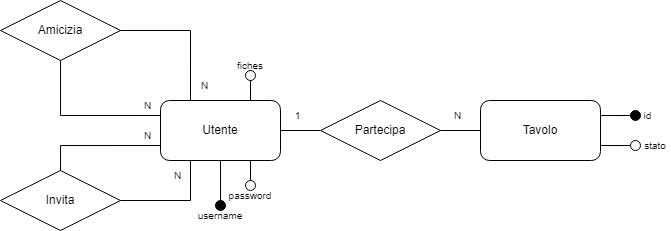
Emaiarkeiou/Poker keeps this draw.io diagram as assets/images/documentazione/diagramma_er.png. Above is the earlier version. Source tidied: cells renumbered, new cells last; positions are measured from the earlier drawing's top-left corner, leaving out a move shared by most shapes.
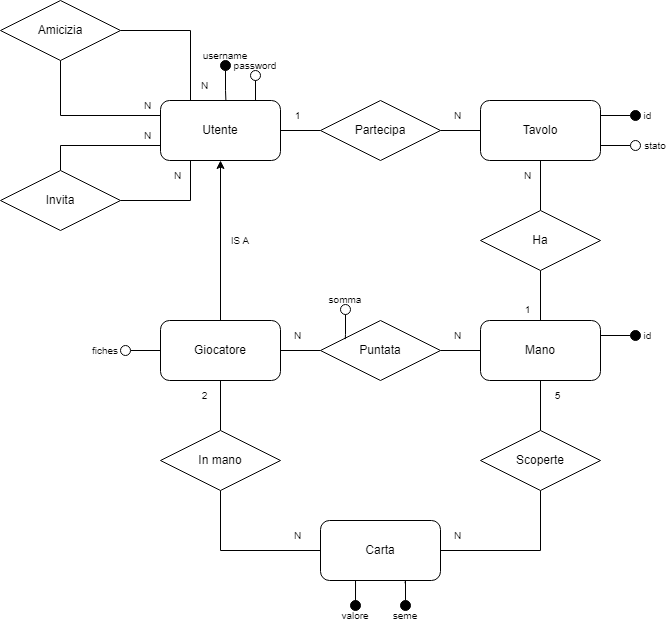
The same file after the commit.

The edit, as a diff of the source:
```diff
@@ -41,23 +41,17 @@
     <mxCell id="14" style="ellipse;whiteSpace=wrap;html=1;fillColor=#000000;" parent="1" vertex="1">
       <mxGeometry x="630" y="110" width="10" height="10" as="geometry" />
     </mxCell>
-    <mxCell id="15" style="edgeStyle=orthogonalEdgeStyle;rounded=0;jettySize=auto;html=1;entryX=0.5;entryY=1;entryDx=0;entryDy=0;endArrow=none;endFill=0;" parent="1" edge="1" source="16" target="5">
-      <mxGeometry relative="1" as="geometry" />
-    </mxCell>
     <mxCell id="16" style="ellipse;whiteSpace=wrap;html=1;gradientColor=none;fillColor=#030303;" parent="1" vertex="1">
-      <mxGeometry x="215" y="200" width="10" height="10" as="geometry" />
+      <mxGeometry x="220" y="60" width="10" height="10" as="geometry" />
     </mxCell>
-    <mxCell id="17" style="edgeStyle=orthogonalEdgeStyle;rounded=0;jettySize=auto;html=1;entryX=0.75;entryY=1;entryDx=0;entryDy=0;endArrow=none;endFill=0;" parent="1" edge="1" source="18" target="5">
-      <mxGeometry relative="1" as="geometry" />
-    </mxCell>
     <mxCell id="18" style="ellipse;whiteSpace=wrap;html=1;" parent="1" vertex="1">
-      <mxGeometry x="245" y="180" width="10" height="10" as="geometry" />
+      <mxGeometry x="250" y="70" width="10" height="10" as="geometry" />
     </mxCell>
     <mxCell id="19" value="&lt;span style=&quot;font-size: 10px;&quot;&gt;username&lt;/span&gt;" style="text;html=1;align=center;verticalAlign=middle;whiteSpace=wrap;rounded=0;" parent="1" vertex="1">
-      <mxGeometry x="190" y="210" width="60" height="10" as="geometry" />
+      <mxGeometry x="195" y="50" width="60" height="10" as="geometry" />
     </mxCell>
     <mxCell id="20" value="&lt;span style=&quot;font-size: 10px;&quot;&gt;password&lt;/span&gt;" style="text;html=1;align=center;verticalAlign=middle;whiteSpace=wrap;rounded=0;" parent="1" vertex="1">
-      <mxGeometry x="220" y="190" width="60" height="10" as="geometry" />
+      <mxGeometry x="225" y="60" width="60" height="10" as="geometry" />
     </mxCell>
     <mxCell id="21" value="&lt;span style=&quot;font-size: 10px;&quot;&gt;id&lt;/span&gt;" style="text;html=1;align=center;verticalAlign=middle;whiteSpace=wrap;rounded=0;" parent="1" vertex="1">
       <mxGeometry x="640" y="110" width="15" height="10" as="geometry" />
@@ -89,14 +83,131 @@
     <mxCell id="30" value="&lt;span style=&quot;font-size: 10px;&quot;&gt;N&lt;/span&gt;" style="text;html=1;align=center;verticalAlign=middle;whiteSpace=wrap;rounded=0;" parent="1" vertex="1">
       <mxGeometry x="197" y="80" width="15" height="10" as="geometry" />
     </mxCell>
-    <mxCell id="31" style="edgeStyle=orthogonalEdgeStyle;rounded=0;jettySize=auto;html=1;entryX=0.75;entryY=0;entryDx=0;entryDy=0;endArrow=none;endFill=0;" parent="1" edge="1" source="32" target="5">
-      <mxGeometry relative="1" as="geometry" />
-    </mxCell>
-    <mxCell id="32" style="ellipse;whiteSpace=wrap;html=1;" parent="1" vertex="1">
-      <mxGeometry x="245" y="70" width="10" height="10" as="geometry" />
-    </mxCell>
+    <mxCell id="15" style="edgeStyle=orthogonalEdgeStyle;rounded=0;jettySize=auto;html=1;entryX=0.545;entryY=0;entryDx=0;entryDy=0;entryPerimeter=0;endArrow=none;endFill=0;" parent="1" edge="1" source="16" target="5">
+      <mxGeometry relative="1" as="geometry" />
+    </mxCell>
+    <mxCell id="17" style="edgeStyle=orthogonalEdgeStyle;rounded=0;jettySize=auto;html=1;entryX=0.8;entryY=-0.016;entryDx=0;entryDy=0;entryPerimeter=0;endArrow=none;endFill=0;" parent="1" edge="1" source="18" target="5">
+      <mxGeometry relative="1" as="geometry" />
+    </mxCell>
+    <mxCell id="34" value="Mano" style="rounded=1;whiteSpace=wrap;html=1;" parent="1" vertex="1">
+      <mxGeometry x="480" y="320" width="120" height="60" as="geometry" />
+    </mxCell>
+    <mxCell id="35" style="edgeStyle=orthogonalEdgeStyle;rounded=0;jettySize=auto;html=1;entryX=0.5;entryY=1;entryDx=0;entryDy=0;" parent="1" edge="1" source="37" target="5">
+      <mxGeometry relative="1" as="geometry" />
+    </mxCell>
+    <mxCell id="36" style="edgeStyle=orthogonalEdgeStyle;rounded=0;jettySize=auto;html=1;entryX=0;entryY=0.5;entryDx=0;entryDy=0;endArrow=none;endFill=0;" parent="1" edge="1" source="37" target="39">
+      <mxGeometry relative="1" as="geometry" />
+    </mxCell>
+    <mxCell id="37" value="Giocatore" style="rounded=1;whiteSpace=wrap;html=1;" parent="1" vertex="1">
+      <mxGeometry x="160" y="320" width="120" height="60" as="geometry" />
+    </mxCell>
+    <mxCell id="38" style="edgeStyle=orthogonalEdgeStyle;rounded=0;jettySize=auto;html=1;entryX=0;entryY=0.5;entryDx=0;entryDy=0;endArrow=none;endFill=0;" parent="1" edge="1" source="39" target="34">
+      <mxGeometry relative="1" as="geometry" />
+    </mxCell>
+    <mxCell id="39" value="Puntata" style="rhombus;whiteSpace=wrap;html=1;" parent="1" vertex="1">
+      <mxGeometry x="320" y="320" width="120" height="60" as="geometry" />
+    </mxCell>
+    <mxCell id="40" style="edgeStyle=orthogonalEdgeStyle;rounded=0;jettySize=auto;html=1;entryX=0.5;entryY=0;entryDx=0;entryDy=0;endArrow=none;endFill=0;" parent="1" edge="1" source="42" target="34">
+      <mxGeometry relative="1" as="geometry" />
+    </mxCell>
+    <mxCell id="41" style="edgeStyle=orthogonalEdgeStyle;rounded=0;jettySize=auto;html=1;entryX=0.5;entryY=1;entryDx=0;entryDy=0;endArrow=none;endFill=0;" parent="1" edge="1" source="42" target="6">
+      <mxGeometry relative="1" as="geometry" />
+    </mxCell>
+    <mxCell id="42" value="Ha" style="rhombus;whiteSpace=wrap;html=1;" parent="1" vertex="1">
+      <mxGeometry x="480" y="210" width="120" height="60" as="geometry" />
+    </mxCell>
+    <mxCell id="43" value="&lt;span style=&quot;font-size: 10px;&quot;&gt;1&lt;/span&gt;" style="text;html=1;align=center;verticalAlign=middle;whiteSpace=wrap;rounded=0;" parent="1" vertex="1">
+      <mxGeometry x="520" y="304" width="15" height="10" as="geometry" />
+    </mxCell>
+    <mxCell id="44" value="&lt;span style=&quot;font-size: 10px;&quot;&gt;N&lt;/span&gt;" style="text;html=1;align=center;verticalAlign=middle;whiteSpace=wrap;rounded=0;" parent="1" vertex="1">
+      <mxGeometry x="520" y="170" width="15" height="10" as="geometry" />
+    </mxCell>
+    <mxCell id="45" style="edgeStyle=orthogonalEdgeStyle;rounded=0;jettySize=auto;html=1;entryX=0.5;entryY=1;entryDx=0;entryDy=0;endArrow=none;endFill=0;" parent="1" edge="1" source="47" target="54">
+      <mxGeometry relative="1" as="geometry" />
+    </mxCell>
+    <mxCell id="46" style="edgeStyle=orthogonalEdgeStyle;rounded=0;jettySize=auto;html=1;entryX=0.5;entryY=1;entryDx=0;entryDy=0;endArrow=none;endFill=0;" parent="1" edge="1" source="47" target="52">
+      <mxGeometry relative="1" as="geometry" />
+    </mxCell>
+    <mxCell id="47" value="Carta" style="rounded=1;whiteSpace=wrap;html=1;" parent="1" vertex="1">
+      <mxGeometry x="320" y="520" width="120" height="60" as="geometry" />
+    </mxCell>
+    <mxCell id="48" style="edgeStyle=orthogonalEdgeStyle;rounded=0;jettySize=auto;html=1;entryX=1;entryY=0.25;entryDx=0;entryDy=0;endArrow=none;endFill=0;" parent="1" edge="1" source="49" target="34">
+      <mxGeometry relative="1" as="geometry" />
+    </mxCell>
+    <mxCell id="49" style="ellipse;whiteSpace=wrap;html=1;fillColor=#000000;" parent="1" vertex="1">
+      <mxGeometry x="630" y="330" width="10" height="10" as="geometry" />
+    </mxCell>
+    <mxCell id="50" value="&lt;span style=&quot;font-size: 10px;&quot;&gt;id&lt;/span&gt;" style="text;html=1;align=center;verticalAlign=middle;whiteSpace=wrap;rounded=0;" parent="1" vertex="1">
+      <mxGeometry x="640" y="330" width="15" height="10" as="geometry" />
+    </mxCell>
+    <mxCell id="51" style="edgeStyle=orthogonalEdgeStyle;rounded=0;jettySize=auto;html=1;entryX=0.5;entryY=1;entryDx=0;entryDy=0;endArrow=none;endFill=0;" parent="1" edge="1" source="52" target="34">
+      <mxGeometry relative="1" as="geometry" />
+    </mxCell>
+    <mxCell id="52" value="Scoperte" style="rhombus;whiteSpace=wrap;html=1;" parent="1" vertex="1">
+      <mxGeometry x="480" y="430" width="120" height="60" as="geometry" />
+    </mxCell>
+    <mxCell id="53" style="edgeStyle=orthogonalEdgeStyle;rounded=0;jettySize=auto;html=1;entryX=0.5;entryY=1;entryDx=0;entryDy=0;endArrow=none;endFill=0;" parent="1" edge="1" source="54" target="37">
+      <mxGeometry relative="1" as="geometry" />
+    </mxCell>
+    <mxCell id="54" value="In mano" style="rhombus;whiteSpace=wrap;html=1;" parent="1" vertex="1">
+      <mxGeometry x="160" y="430" width="120" height="60" as="geometry" />
+    </mxCell>
+    <mxCell id="55" value="&lt;span style=&quot;font-size: 10px;&quot;&gt;2&lt;/span&gt;" style="text;html=1;align=center;verticalAlign=middle;whiteSpace=wrap;rounded=0;" parent="1" vertex="1">
+      <mxGeometry x="197" y="390" width="15" height="10" as="geometry" />
+    </mxCell>
+    <mxCell id="56" value="&lt;span style=&quot;font-size: 10px;&quot;&gt;N&lt;/span&gt;" style="text;html=1;align=center;verticalAlign=middle;whiteSpace=wrap;rounded=0;" parent="1" vertex="1">
+      <mxGeometry x="290" y="530" width="15" height="10" as="geometry" />
+    </mxCell>
+    <mxCell id="57" value="&lt;span style=&quot;font-size: 10px;&quot;&gt;5&lt;/span&gt;" style="text;html=1;align=center;verticalAlign=middle;whiteSpace=wrap;rounded=0;" parent="1" vertex="1">
+      <mxGeometry x="550" y="390" width="15" height="10" as="geometry" />
+    </mxCell>
+    <mxCell id="58" value="&lt;span style=&quot;font-size: 10px;&quot;&gt;N&lt;/span&gt;" style="text;html=1;align=center;verticalAlign=middle;whiteSpace=wrap;rounded=0;" parent="1" vertex="1">
+      <mxGeometry x="450" y="530" width="15" height="10" as="geometry" />
+    </mxCell>
+    <mxCell id="59" value="&lt;span style=&quot;font-size: 10px;&quot;&gt;N&lt;/span&gt;" style="text;html=1;align=center;verticalAlign=middle;whiteSpace=wrap;rounded=0;" parent="1" vertex="1">
+      <mxGeometry x="290" y="330" width="15" height="10" as="geometry" />
+    </mxCell>
+    <mxCell id="60" value="&lt;span style=&quot;font-size: 10px;&quot;&gt;N&lt;/span&gt;" style="text;html=1;align=center;verticalAlign=middle;whiteSpace=wrap;rounded=0;" parent="1" vertex="1">
+      <mxGeometry x="450" y="330" width="15" height="10" as="geometry" />
+    </mxCell>
+    <mxCell id="61" style="ellipse;whiteSpace=wrap;html=1;" parent="1" vertex="1">
+      <mxGeometry x="340" y="304" width="10" height="10" as="geometry" />
+    </mxCell>
+    <mxCell id="62" style="edgeStyle=orthogonalEdgeStyle;rounded=0;jettySize=auto;html=1;entryX=0.206;entryY=0.311;entryDx=0;entryDy=0;entryPerimeter=0;endArrow=none;endFill=0;" parent="1" edge="1" source="61" target="39">
+      <mxGeometry relative="1" as="geometry" />
+    </mxCell>
+    <mxCell id="63" value="&lt;span style=&quot;font-size: 10px;&quot;&gt;somma&lt;/span&gt;" style="text;html=1;align=center;verticalAlign=middle;whiteSpace=wrap;rounded=0;" parent="1" vertex="1">
+      <mxGeometry x="330" y="294" width="30" height="10" as="geometry" />
+    </mxCell>
+    <mxCell id="64" style="edgeStyle=orthogonalEdgeStyle;rounded=0;jettySize=auto;html=1;entryX=0;entryY=0.5;entryDx=0;entryDy=0;endArrow=none;endFill=0;" parent="1" edge="1" source="65" target="37">
+      <mxGeometry relative="1" as="geometry" />
+    </mxCell>
+    <mxCell id="65" style="ellipse;whiteSpace=wrap;html=1;" parent="1" vertex="1">
+      <mxGeometry x="120" y="345" width="10" height="10" as="geometry" />
+    </mxCell>
+    <mxCell id="66" value="&lt;span style=&quot;font-size: 10px;&quot;&gt;IS A&lt;/span&gt;" style="text;html=1;align=center;verticalAlign=middle;whiteSpace=wrap;rounded=0;" parent="1" vertex="1">
+      <mxGeometry x="225" y="235" width="30" height="10" as="geometry" />
+    </mxCell>
     <mxCell id="33" value="&lt;span style=&quot;font-size: 10px;&quot;&gt;fiches&lt;/span&gt;" style="text;html=1;align=center;verticalAlign=middle;whiteSpace=wrap;rounded=0;" parent="1" vertex="1">
-      <mxGeometry x="220" y="60" width="60" height="10" as="geometry" />
+      <mxGeometry x="90" y="345" width="30" height="10" as="geometry" />
     </mxCell>
+    <mxCell id="67" style="ellipse;whiteSpace=wrap;html=1;fillColor=#000000;" parent="1" vertex="1">
+      <mxGeometry x="350" y="600" width="10" height="10" as="geometry" />
+    </mxCell>
+    <mxCell id="68" style="ellipse;whiteSpace=wrap;html=1;fillColor=#000000;" parent="1" vertex="1">
+      <mxGeometry x="400" y="600" width="10" height="10" as="geometry" />
+    </mxCell>
+    <mxCell id="69" style="edgeStyle=orthogonalEdgeStyle;rounded=0;jettySize=auto;html=1;entryX=0.704;entryY=1.045;entryDx=0;entryDy=0;entryPerimeter=0;endArrow=none;endFill=0;" parent="1" edge="1" source="68" target="47">
+      <mxGeometry relative="1" as="geometry" />
+    </mxCell>
+    <mxCell id="70" style="edgeStyle=orthogonalEdgeStyle;rounded=0;jettySize=auto;html=1;entryX=0.292;entryY=1;entryDx=0;entryDy=0;entryPerimeter=0;endArrow=none;endFill=0;" parent="1" edge="1" source="67" target="47">
+      <mxGeometry relative="1" as="geometry" />
+    </mxCell>
+    <mxCell id="71" value="&lt;span style=&quot;font-size: 10px;&quot;&gt;valore&lt;/span&gt;" style="text;html=1;align=center;verticalAlign=middle;whiteSpace=wrap;rounded=0;" parent="1" vertex="1">
+      <mxGeometry x="340" y="610" width="30" height="10" as="geometry" />
+    </mxCell>
+    <mxCell id="72" value="&lt;span style=&quot;font-size: 10px;&quot;&gt;seme&lt;/span&gt;" style="text;html=1;align=center;verticalAlign=middle;whiteSpace=wrap;rounded=0;" parent="1" vertex="1">
+      <mxGeometry x="390" y="610" width="30" height="10" as="geometry" />
+    </mxCell>
   </root>
 </mxGraphModel>
```
